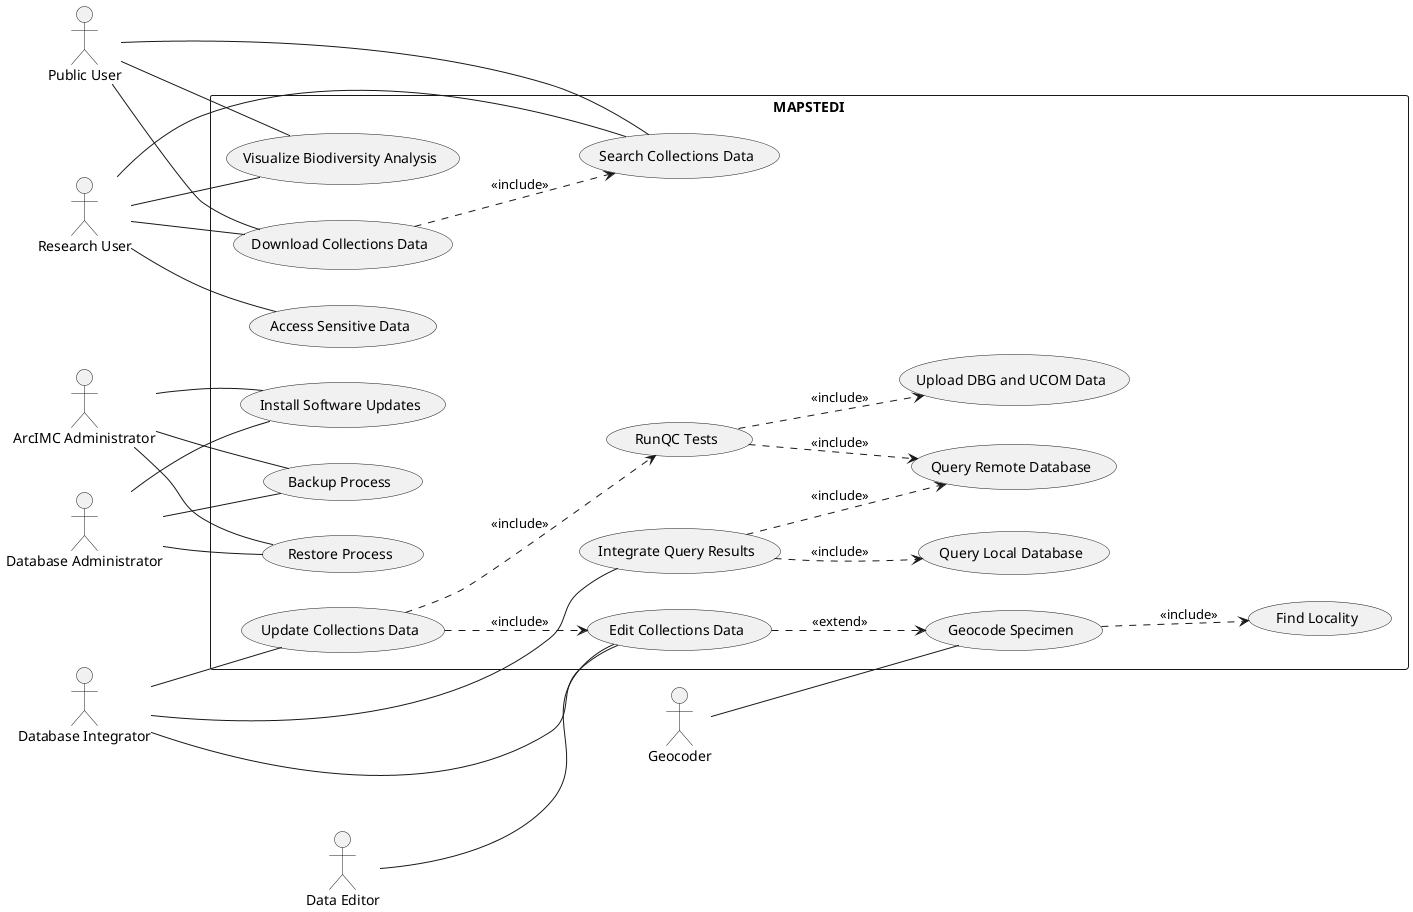
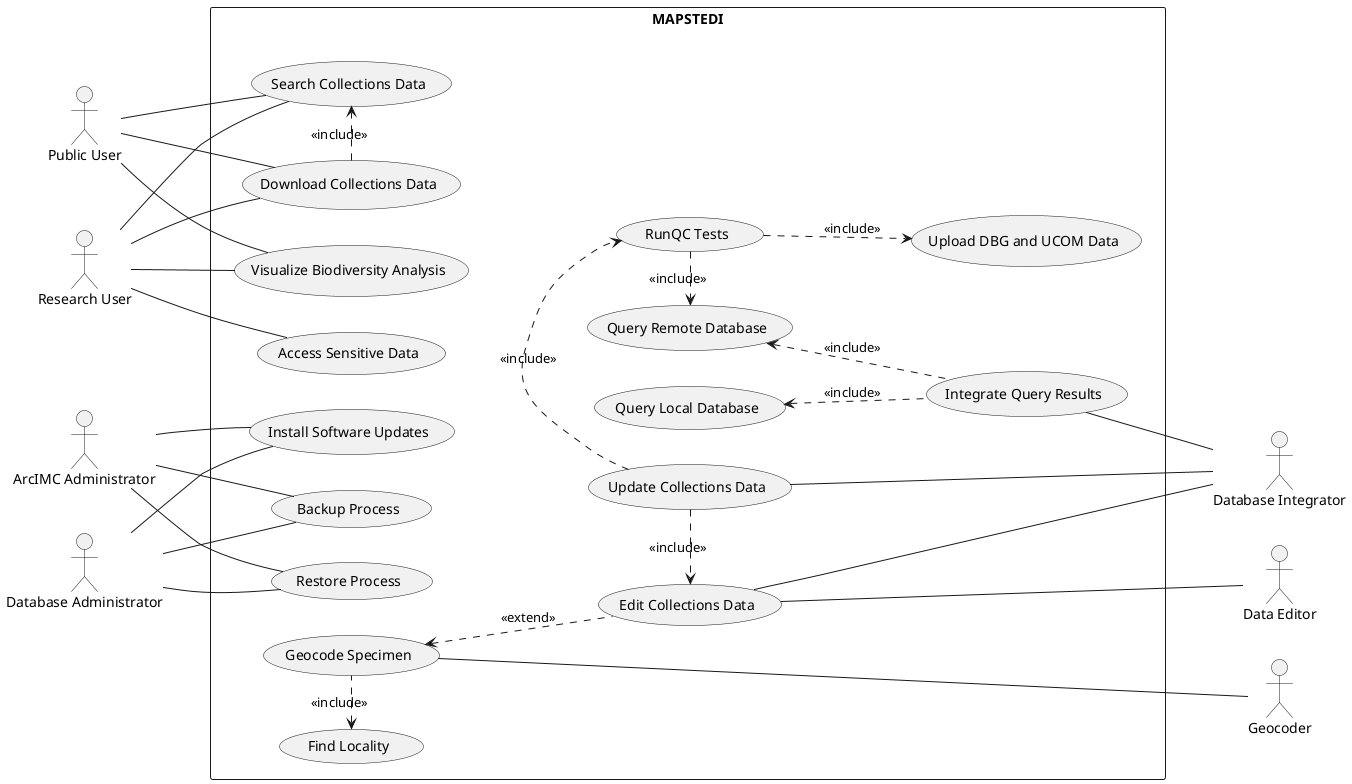
@startuml MAPSTEDI_UseCaseModel

left to right direction

' ---------- Actors ----------
actor "Public User"            as PublicUser
actor "Research User"          as ResearchUser
- actor "Database Integrator"    as DBIntegrator
- actor "Geocoder"               as Geocoder
- actor "Data Editor"            as DataEditor
+ 
actor "ArcIMC Administrator"   as ArcIMCAdmin
actor "Database Administrator" as DBAdmin
+ 
+ together {
+   actor "Geocoder"               as Geocoder
+   actor "Database Integrator"    as DBIntegrator
+   actor "Data Editor"            as DataEditor
+ }

rectangle MAPSTEDI {

  ' ----- Database Access -----
-   usecase "Download Collections Data"       as UC_Download
-   usecase "Search Collections Data"         as UC_Search
-   usecase "Visualize Biodiversity Analysis" as UC_Visualize
-   usecase "Access Sensitive Data"           as UC_AccessSensitive
+   together {
+     together {
+       usecase "Download Collections Data"       as UC_Download
+       usecase "Search Collections Data"         as UC_Search
+     }
+     usecase "Visualize Biodiversity Analysis" as UC_Visualize
+     usecase "Access Sensitive Data"           as UC_AccessSensitive
+   }

-   ' ----- Shared query use cases (referenced by Integrator) -----
-   usecase "Query Remote Database" as UC_QueryRemote
-   usecase "Query Local Database"  as UC_QueryLocal
+   together {
+     ' ----- Administrative Process -----
+     usecase "Backup Process"           as UC_Backup
+     usecase "Restore Process"          as UC_Restore
+     usecase "Install Software Updates" as UC_Install
+   }

-   ' ----- Database Integrator -----
-   usecase "Integrate Query Results"  as UC_Integrate
-   usecase "Update Collections Data"  as UC_Update
-   usecase "Edit Collections Data"    as UC_Edit
-   usecase "RunQC Tests"              as UC_RunQC
-   usecase "Upload DBG and UCOM Data" as UC_Upload
+   together {

-   ' ----- Database Edits -----
-   usecase "Geocode Specimen" as UC_Geocode
-   usecase "Find Locality"    as UC_FindLocality
+     usecase "RunQC Tests"              as UC_RunQC
+     usecase "Upload DBG and UCOM Data" as UC_Upload

-   ' ----- Administrative Process -----
-   usecase "Backup Process"           as UC_Backup
-   usecase "Restore Process"          as UC_Restore
-   usecase "Install Software Updates" as UC_Install
+     usecase "Integrate Query Results"  as UC_Integrate
+     usecase "Query Remote Database" as UC_QueryRemote
+     usecase "Query Local Database"  as UC_QueryLocal
+ 
+     ' ----- Database Edits -----
+     usecase "Edit Collections Data"    as UC_Edit
+     usecase "Update Collections Data"  as UC_Update
+ 
+ 
+     together {
+       usecase "Geocode Specimen" as UC_Geocode
+       usecase "Find Locality"    as UC_FindLocality
+     }
+   }
}

' ---------- Actor associations ----------
PublicUser   -- UC_Download
PublicUser   -- UC_Search
PublicUser   -- UC_Visualize

ResearchUser -- UC_Download
ResearchUser -- UC_Search
ResearchUser -- UC_Visualize
ResearchUser -- UC_AccessSensitive

- DBIntegrator -- UC_Integrate
- DBIntegrator -- UC_Update
- DBIntegrator -- UC_Edit
- 
- Geocoder     -- UC_Geocode
- DataEditor   -- UC_Edit
- 
ArcIMCAdmin  -- UC_Backup
ArcIMCAdmin  -- UC_Restore
ArcIMCAdmin  -- UC_Install

DBAdmin      -- UC_Backup
DBAdmin      -- UC_Restore
DBAdmin      -- UC_Install

+ DBIntegrator -u- UC_Integrate
+ DBIntegrator -u- UC_Update
+ DBIntegrator -u- UC_Edit
+ 
+ Geocoder     -u- UC_Geocode
+ DataEditor   -u- UC_Edit
+ 
' ---------- Include / Extend ----------
- UC_Download    ..> UC_Search       : <<include>>
+ UC_Download    .r.> UC_Search       : <<include>>

- UC_Integrate   ..> UC_QueryLocal   : <<include>>
- UC_Integrate   ..> UC_QueryRemote  : <<include>>
- UC_Update      ..> UC_Edit         : <<include>>
- UC_Update      ..> UC_RunQC        : <<include>>
- UC_RunQC       ..> UC_QueryRemote  : <<include>>
- UC_RunQC       ..> UC_Upload       : <<include>>
+ UC_Integrate   .u.> UC_QueryLocal   : <<include>>
+ UC_Integrate   .u.> UC_QueryRemote  : <<include>>
+ UC_Update      .r.> UC_Edit         : <<include>>
+ UC_Update      .r.> UC_RunQC        : <<include>>
+ UC_RunQC       .r.> UC_QueryRemote  : <<include>>
+ UC_RunQC       .d.> UC_Upload       : <<include>>

- UC_Edit        ..> UC_Geocode      : <<extend>>
- UC_Geocode     ..> UC_FindLocality : <<include>>
+ UC_Edit        .u.> UC_Geocode      : <<extend>>
+ UC_Geocode     .l.> UC_FindLocality : <<include>>

@enduml
